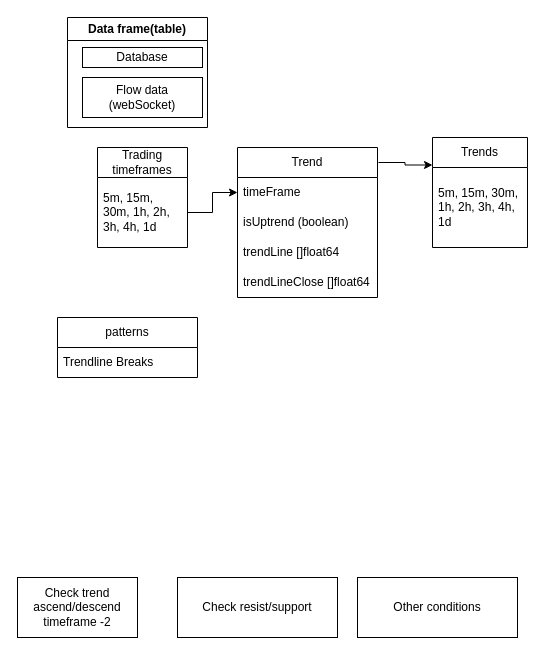
Before: docs/algoTrade.drawio in Hardmun/trading, a draw.io diagram. Source tidied: cells renumbered, new cells numbered last; positions are measured from the earlier drawing's top-left corner, leaving out a move shared by most shapes. Both pictures are drawn from the tidied source at 100%, with x=0, y=0 at pixel (17, 17).
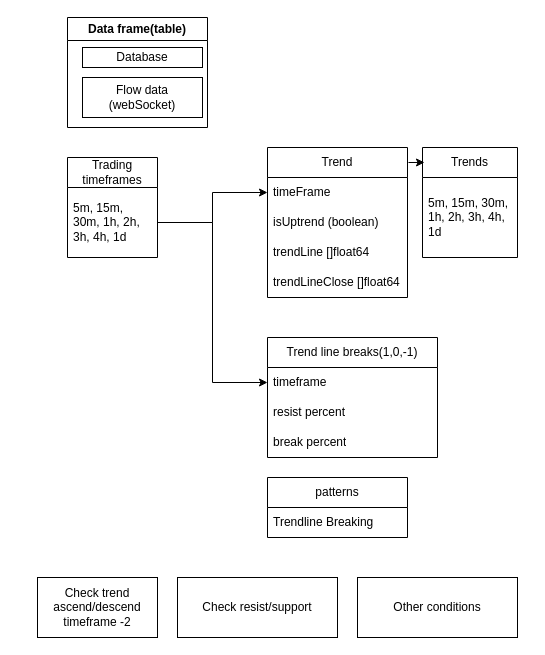
After the change.

The change refers to these unchanged cells:
```xml
<mxCell id="4" value="5m, 15m, 30m, 1h, 2h, 3h, 4h, 1d" style="text;strokeColor=none;fillColor=none;align=left;verticalAlign=middle;spacingLeft=4;spacingRight=4;overflow=hidden;points=[[0,0.5],[1,0.5]];portConstraint=eastwest;whiteSpace=wrap;html=1;" parent="3" vertex="1">
  <mxGeometry y="30" width="90" height="70" as="geometry" />
</mxCell>
```

Diff of the diagram source:
```diff
@@
     <mxCell id="3" value="Trading&lt;br&gt;timeframes" style="swimlane;fontStyle=0;horizontal=1;startSize=30;whiteSpace=wrap;html=1;swimlaneLine=1;rounded=0;shadow=0;glass=0;" parent="1" vertex="1">
-      <mxGeometry x="80" y="130" width="90" height="100" as="geometry" />
+      <mxGeometry x="50" y="140" width="90" height="100" as="geometry" />
     </mxCell>
@@
     <mxCell id="5" value="Check trend&lt;br&gt;ascend/descend&lt;br&gt;timeframe -2" style="rounded=0;whiteSpace=wrap;html=1;" parent="1" vertex="1">
-      <mxGeometry y="560" width="120" height="60" as="geometry" />
+      <mxGeometry x="20" y="560" width="120" height="60" as="geometry" />
     </mxCell>
@@
     <mxCell id="10" value="Tre&lt;span style=&quot;background-color: initial;&quot;&gt;nds&lt;/span&gt;" style="swimlane;fontStyle=0;horizontal=1;startSize=30;whiteSpace=wrap;html=1;swimlaneLine=1;rounded=0;shadow=0;glass=0;" parent="1" vertex="1">
-      <mxGeometry x="415" y="120" width="95" height="110" as="geometry" />
+      <mxGeometry x="405" y="130" width="95" height="110" as="geometry" />
     </mxCell>
@@
     <mxCell id="12" value="Trend" style="swimlane;fontStyle=0;horizontal=1;startSize=30;whiteSpace=wrap;html=1;" parent="1" vertex="1">
-      <mxGeometry x="220" y="130" width="140" height="150" as="geometry" />
+      <mxGeometry x="250" y="130" width="140" height="150" as="geometry" />
     </mxCell>
@@
-    <mxCell id="18" style="edgeStyle=orthogonalEdgeStyle;rounded=0;jettySize=auto;html=1;exitX=1.007;exitY=0.1;exitDx=0;exitDy=0;entryX=0;entryY=0.25;entryDx=0;entryDy=0;exitPerimeter=0;" parent="1" edge="1" source="12" target="10">
+    <mxCell id="18" style="edgeStyle=orthogonalEdgeStyle;rounded=0;jettySize=auto;html=1;exitX=1.007;exitY=0.1;exitDx=0;exitDy=0;entryX=0.021;entryY=0.136;entryDx=0;entryDy=0;exitPerimeter=0;entryPerimeter=0;" parent="1" edge="1" source="12" target="10">
       <mxGeometry relative="1" as="geometry" />
     </mxCell>
     <mxCell id="19" value="patterns" style="swimlane;fontStyle=0;horizontal=1;startSize=30;whiteSpace=wrap;html=1;" parent="1" vertex="1">
-      <mxGeometry x="40" y="300" width="140" height="60" as="geometry" />
+      <mxGeometry x="250" y="460" width="140" height="60" as="geometry" />
     </mxCell>
-    <mxCell id="20" value="Trendline Breaks" style="text;strokeColor=none;fillColor=none;align=left;verticalAlign=middle;spacingLeft=4;spacingRight=4;overflow=hidden;whiteSpace=wrap;html=1;" parent="19" vertex="1">
+    <mxCell id="20" value="Trendline Breaking" style="text;strokeColor=none;fillColor=none;align=left;verticalAlign=middle;spacingLeft=4;spacingRight=4;overflow=hidden;whiteSpace=wrap;html=1;" parent="19" vertex="1">
       <mxGeometry y="30" width="140" height="30" as="geometry" />
     </mxCell>
+    <mxCell id="21" value="Trend line breaks(1,0,-1)" style="swimlane;fontStyle=0;horizontal=1;startSize=30;whiteSpace=wrap;html=1;" parent="1" vertex="1">
+      <mxGeometry x="250" y="320" width="170" height="120" as="geometry" />
+    </mxCell>
+    <mxCell id="22" value="timeframe" style="text;strokeColor=none;fillColor=none;align=left;verticalAlign=middle;spacingLeft=4;spacingRight=4;overflow=hidden;points=[[0,0.5],[1,0.5]];portConstraint=eastwest;whiteSpace=wrap;html=1;" parent="21" vertex="1">
+      <mxGeometry y="30" width="170" height="30" as="geometry" />
+    </mxCell>
+    <mxCell id="23" value="resist percent" style="text;strokeColor=none;fillColor=none;align=left;verticalAlign=middle;spacingLeft=4;spacingRight=4;overflow=hidden;whiteSpace=wrap;html=1;" parent="21" vertex="1">
+      <mxGeometry y="60" width="170" height="30" as="geometry" />
+    </mxCell>
+    <mxCell id="24" value="break percent" style="text;strokeColor=none;fillColor=none;align=left;verticalAlign=middle;spacingLeft=4;spacingRight=4;overflow=hidden;whiteSpace=wrap;html=1;" parent="21" vertex="1">
+      <mxGeometry y="90" width="170" height="30" as="geometry" />
+    </mxCell>
+    <mxCell id="25" style="edgeStyle=orthogonalEdgeStyle;rounded=0;jettySize=auto;html=1;entryX=0;entryY=0.5;entryDx=0;entryDy=0;" parent="1" edge="1" source="4" target="22">
+      <mxGeometry relative="1" as="geometry" />
+    </mxCell>
```
